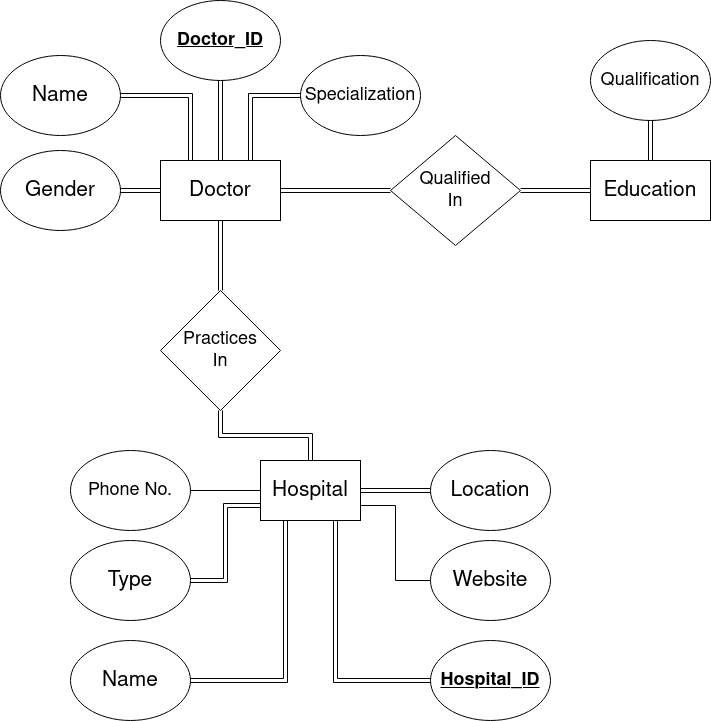
Above: Documentation/Diagrams/projectER.png in faham1997/cse470project (draw.io), before the change. Source tidied: cells renumbered, new cells last; positions are measured from the earlier drawing's top-left corner, leaving out a move shared by most shapes.
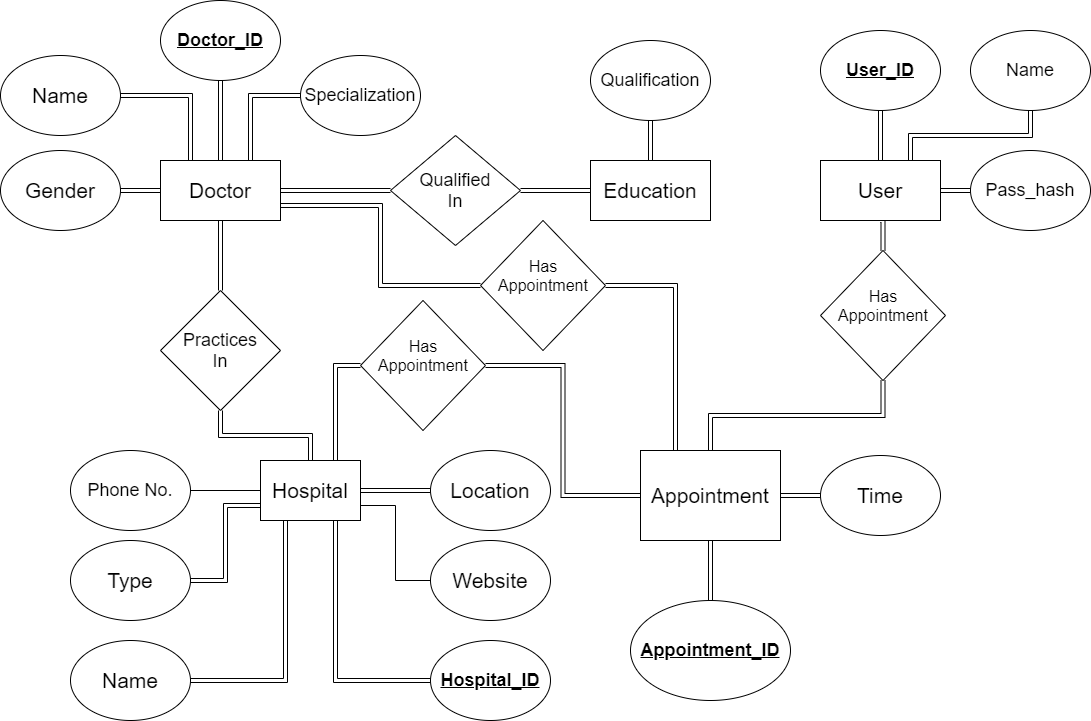
The same diagram one commit later.

Commit message:
Added Appointments and user entities

What changed in the source:
```diff
@@ -17,6 +17,9 @@
     <mxCell id="6" style="edgeStyle=orthogonalEdgeStyle;shape=link;rounded=0;jettySize=auto;html=1;exitX=0.5;exitY=0;exitDx=0;exitDy=0;entryX=0.5;entryY=1;entryDx=0;entryDy=0;" parent="1" edge="1" source="7" target="32">
       <mxGeometry relative="1" as="geometry" />
     </mxCell>
+    <mxCell id="33" style="edgeStyle=orthogonalEdgeStyle;shape=link;rounded=0;jettySize=auto;html=1;exitX=1;exitY=0.75;exitDx=0;exitDy=0;entryX=0;entryY=0.5;entryDx=0;entryDy=0;" parent="1" edge="1" source="7" target="41">
+      <mxGeometry relative="1" as="geometry" />
+    </mxCell>
     <mxCell id="7" value="&lt;font style=&quot;font-size: 21px&quot;&gt;Doctor&lt;/font&gt;" style="rounded=0;whiteSpace=wrap;html=1;" parent="1" vertex="1">
       <mxGeometry x="160" y="160" width="120" height="60" as="geometry" />
     </mxCell>
@@ -56,6 +59,9 @@
     <mxCell id="19" style="edgeStyle=orthogonalEdgeStyle;shape=link;rounded=0;jettySize=auto;html=1;exitX=0.75;exitY=1;exitDx=0;exitDy=0;entryX=0;entryY=0.5;entryDx=0;entryDy=0;" parent="1" edge="1" source="20" target="31">
       <mxGeometry relative="1" as="geometry" />
     </mxCell>
+    <mxCell id="34" style="edgeStyle=orthogonalEdgeStyle;shape=link;rounded=0;jettySize=auto;html=1;exitX=0.75;exitY=0;exitDx=0;exitDy=0;entryX=0;entryY=0.5;entryDx=0;entryDy=0;" parent="1" edge="1" source="20" target="44">
+      <mxGeometry relative="1" as="geometry" />
+    </mxCell>
     <mxCell id="20" value="&lt;font style=&quot;font-size: 21px&quot;&gt;Hospital&lt;/font&gt;" style="rounded=0;whiteSpace=wrap;html=1;" parent="1" vertex="1">
       <mxGeometry x="260" y="460" width="100" height="60" as="geometry" />
     </mxCell>
@@ -95,5 +101,71 @@
     <mxCell id="32" value="&lt;font size=&quot;1&quot;&gt;&lt;u&gt;&lt;b style=&quot;font-size: 18px&quot;&gt;Doctor_ID&lt;/b&gt;&lt;/u&gt;&lt;/font&gt;" style="ellipse;whiteSpace=wrap;html=1;" parent="1" vertex="1">
       <mxGeometry x="160" width="120" height="80" as="geometry" />
     </mxCell>
+    <mxCell id="35" style="edgeStyle=orthogonalEdgeStyle;rounded=0;jettySize=auto;html=1;exitX=0.5;exitY=1;exitDx=0;exitDy=0;entryX=0.5;entryY=0;entryDx=0;entryDy=0;shape=link;" parent="1" edge="1" source="37" target="38">
+      <mxGeometry relative="1" as="geometry" />
+    </mxCell>
+    <mxCell id="36" style="edgeStyle=orthogonalEdgeStyle;shape=link;rounded=0;jettySize=auto;html=1;exitX=1;exitY=0.5;exitDx=0;exitDy=0;entryX=0;entryY=0.5;entryDx=0;entryDy=0;" parent="1" edge="1" source="37" target="39">
+      <mxGeometry relative="1" as="geometry" />
+    </mxCell>
+    <mxCell id="37" value="&lt;span style=&quot;font-size: 21px&quot;&gt;Appointment&lt;br&gt;&lt;/span&gt;" style="rounded=0;whiteSpace=wrap;html=1;" parent="1" vertex="1">
+      <mxGeometry x="640" y="450" width="140" height="90" as="geometry" />
+    </mxCell>
+    <mxCell id="38" value="&lt;u&gt;&lt;b&gt;&lt;font style=&quot;font-size: 18px&quot;&gt;Appointment_ID&lt;/font&gt;&lt;/b&gt;&lt;/u&gt;" style="ellipse;whiteSpace=wrap;html=1;" parent="1" vertex="1">
+      <mxGeometry x="630" y="600" width="160" height="100" as="geometry" />
+    </mxCell>
+    <mxCell id="39" value="&lt;span style=&quot;font-size: 21px&quot;&gt;Time&lt;br&gt;&lt;/span&gt;" style="ellipse;whiteSpace=wrap;html=1;" parent="1" vertex="1">
+      <mxGeometry x="820" y="455" width="120" height="80" as="geometry" />
+    </mxCell>
+    <mxCell id="40" style="edgeStyle=orthogonalEdgeStyle;shape=link;rounded=0;jettySize=auto;html=1;exitX=1;exitY=0.5;exitDx=0;exitDy=0;entryX=0.25;entryY=0;entryDx=0;entryDy=0;" parent="1" edge="1" source="41" target="37">
+      <mxGeometry relative="1" as="geometry" />
+    </mxCell>
+    <mxCell id="41" value="&lt;div style=&quot;font-size: 18px&quot;&gt;&lt;br&gt;&lt;/div&gt;" style="rhombus;whiteSpace=wrap;html=1;align=center;horizontal=1;verticalAlign=middle;labelPosition=center;verticalLabelPosition=middle;" parent="1" vertex="1">
+      <mxGeometry x="480" y="220" width="125" height="130" as="geometry" />
+    </mxCell>
+    <mxCell id="42" value="&lt;font style=&quot;font-size: 16px&quot;&gt;Has&lt;br&gt;Appointment&lt;/font&gt;" style="text;html=1;strokeColor=none;fillColor=none;align=center;verticalAlign=middle;whiteSpace=wrap;rounded=0;" parent="1" vertex="1">
+      <mxGeometry x="522.5" y="265" width="40" height="20" as="geometry" />
+    </mxCell>
+    <mxCell id="43" style="edgeStyle=orthogonalEdgeStyle;shape=link;rounded=0;jettySize=auto;html=1;exitX=1;exitY=0.5;exitDx=0;exitDy=0;entryX=0;entryY=0.5;entryDx=0;entryDy=0;" parent="1" edge="1" source="44" target="37">
+      <mxGeometry relative="1" as="geometry" />
+    </mxCell>
+    <mxCell id="44" value="&lt;div style=&quot;font-size: 18px&quot;&gt;&lt;br&gt;&lt;/div&gt;" style="rhombus;whiteSpace=wrap;html=1;align=center;horizontal=1;verticalAlign=middle;labelPosition=center;verticalLabelPosition=middle;" parent="1" vertex="1">
+      <mxGeometry x="360" y="300" width="125" height="130" as="geometry" />
+    </mxCell>
+    <mxCell id="45" value="&lt;font style=&quot;font-size: 16px&quot;&gt;Has&lt;br&gt;Appointment&lt;/font&gt;" style="text;html=1;strokeColor=none;fillColor=none;align=center;verticalAlign=middle;whiteSpace=wrap;rounded=0;" parent="1" vertex="1">
+      <mxGeometry x="402.5" y="345" width="40" height="20" as="geometry" />
+    </mxCell>
+    <mxCell id="46" style="edgeStyle=orthogonalEdgeStyle;shape=link;rounded=0;jettySize=auto;html=1;exitX=1;exitY=0.5;exitDx=0;exitDy=0;entryX=0;entryY=0.5;entryDx=0;entryDy=0;" parent="1" edge="1" source="49" target="52">
+      <mxGeometry relative="1" as="geometry" />
+    </mxCell>
+    <mxCell id="47" style="edgeStyle=orthogonalEdgeStyle;shape=link;rounded=0;jettySize=auto;html=1;exitX=0.75;exitY=0;exitDx=0;exitDy=0;entryX=0.5;entryY=1;entryDx=0;entryDy=0;" parent="1" edge="1" source="49" target="53">
+      <mxGeometry relative="1" as="geometry" />
+    </mxCell>
+    <mxCell id="48" style="edgeStyle=orthogonalEdgeStyle;shape=link;rounded=0;jettySize=auto;html=1;exitX=0.5;exitY=1;exitDx=0;exitDy=0;entryX=0.5;entryY=0;entryDx=0;entryDy=0;" parent="1" edge="1" source="49" target="55">
+      <mxGeometry relative="1" as="geometry" />
+    </mxCell>
+    <mxCell id="49" value="&lt;span style=&quot;font-size: 21px&quot;&gt;User&lt;br&gt;&lt;/span&gt;" style="rounded=0;whiteSpace=wrap;html=1;" parent="1" vertex="1">
+      <mxGeometry x="820" y="160" width="120" height="60" as="geometry" />
+    </mxCell>
+    <mxCell id="50" style="edgeStyle=orthogonalEdgeStyle;shape=link;rounded=0;jettySize=auto;html=1;exitX=0.5;exitY=1;exitDx=0;exitDy=0;" parent="1" edge="1" source="51" target="49">
+      <mxGeometry relative="1" as="geometry" />
+    </mxCell>
+    <mxCell id="51" value="&lt;span style=&quot;font-size: 18px&quot;&gt;&lt;b&gt;&lt;u&gt;User_ID&lt;/u&gt;&lt;/b&gt;&lt;/span&gt;" style="ellipse;whiteSpace=wrap;html=1;" parent="1" vertex="1">
+      <mxGeometry x="820" y="30" width="120" height="80" as="geometry" />
+    </mxCell>
+    <mxCell id="52" value="&lt;span style=&quot;font-size: 18px&quot;&gt;Pass_hash&lt;/span&gt;" style="ellipse;whiteSpace=wrap;html=1;" parent="1" vertex="1">
+      <mxGeometry x="970" y="150" width="120" height="80" as="geometry" />
+    </mxCell>
+    <mxCell id="53" value="&lt;span style=&quot;font-size: 18px&quot;&gt;Name&lt;br&gt;&lt;/span&gt;" style="ellipse;whiteSpace=wrap;html=1;" parent="1" vertex="1">
+      <mxGeometry x="970" y="30" width="120" height="80" as="geometry" />
+    </mxCell>
+    <mxCell id="54" style="edgeStyle=orthogonalEdgeStyle;shape=link;rounded=0;jettySize=auto;html=1;exitX=0.5;exitY=1;exitDx=0;exitDy=0;entryX=0.5;entryY=0;entryDx=0;entryDy=0;" parent="1" edge="1" source="55" target="37">
+      <mxGeometry relative="1" as="geometry" />
+    </mxCell>
+    <mxCell id="55" value="&lt;div style=&quot;font-size: 18px&quot;&gt;&lt;br&gt;&lt;/div&gt;" style="rhombus;whiteSpace=wrap;html=1;align=center;horizontal=1;verticalAlign=middle;labelPosition=center;verticalLabelPosition=middle;" parent="1" vertex="1">
+      <mxGeometry x="820" y="250" width="125" height="130" as="geometry" />
+    </mxCell>
+    <mxCell id="56" value="&lt;font style=&quot;font-size: 16px&quot;&gt;Has&lt;br&gt;Appointment&lt;/font&gt;" style="text;html=1;strokeColor=none;fillColor=none;align=center;verticalAlign=middle;whiteSpace=wrap;rounded=0;" parent="1" vertex="1">
+      <mxGeometry x="862.5" y="295" width="40" height="20" as="geometry" />
+    </mxCell>
   </root>
 </mxGraphModel>
```
